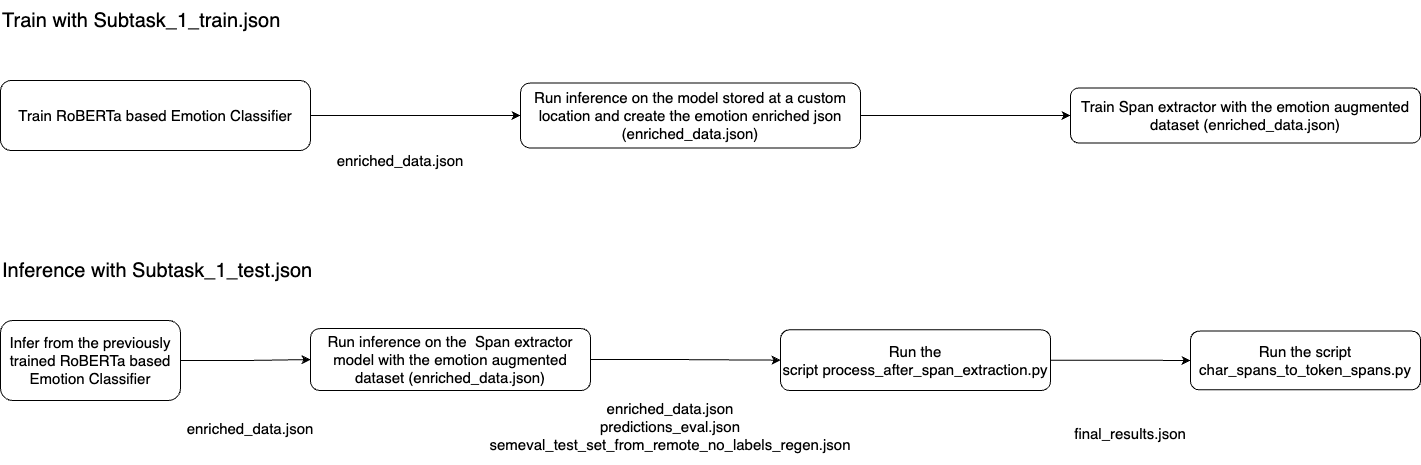
sharadchandakacherla/MultiModalEmotionCauseAnalysis keeps this draw.io diagram as submission/flow_diagram.png. Above is the earlier version. Source tidied: cells renumbered, new cells last; positions are measured from the earlier drawing's top-left corner, leaving out a move shared by most shapes.
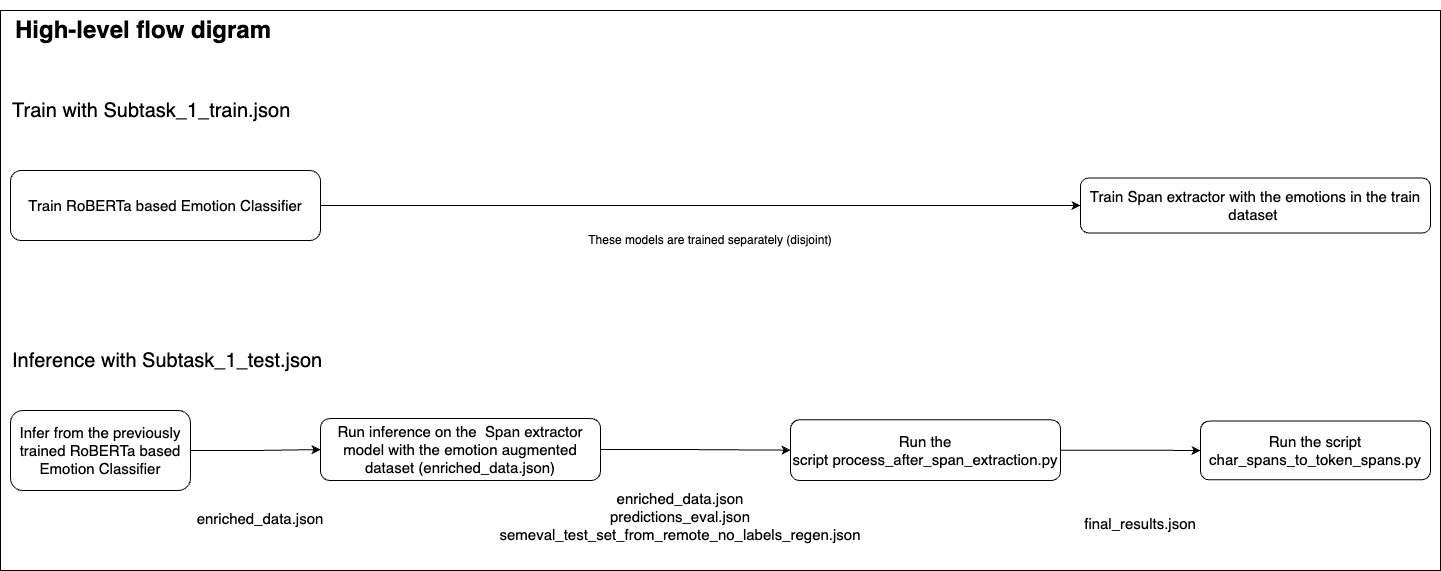
Above is the later version.

Commit message:
flow diagram corrected

The edit, as a diff of the source:
```diff
@@ -2,19 +2,13 @@
   <root>
     <mxCell id="0" />
     <mxCell id="1" parent="0" />
-    <mxCell id="2" style="edgeStyle=orthogonalEdgeStyle;rounded=0;jettySize=auto;html=1;exitX=1;exitY=0.5;exitDx=0;exitDy=0;entryX=0;entryY=0.5;entryDx=0;entryDy=0;" parent="1" edge="1" source="3" target="5">
+    <mxCell id="2" style="edgeStyle=orthogonalEdgeStyle;rounded=0;jettySize=auto;html=1;exitX=1;exitY=0.5;exitDx=0;exitDy=0;entryX=0;entryY=0.5;entryDx=0;entryDy=0;" parent="1" edge="1" source="3" target="6">
       <mxGeometry relative="1" as="geometry" />
     </mxCell>
     <mxCell id="3" value="&lt;font style=&quot;font-size: 15px;&quot;&gt;Train RoBERTa based Emotion Classifier&lt;/font&gt;" style="rounded=1;whiteSpace=wrap;html=1;fontSize=12;glass=0;strokeWidth=1;shadow=0;" parent="1" vertex="1">
       <mxGeometry y="80" width="310" height="70" as="geometry" />
     </mxCell>
-    <mxCell id="4" style="edgeStyle=orthogonalEdgeStyle;rounded=0;jettySize=auto;html=1;entryX=0;entryY=0.5;entryDx=0;entryDy=0;" parent="1" edge="1" source="5" target="6">
-      <mxGeometry relative="1" as="geometry" />
-    </mxCell>
-    <mxCell id="5" value="&lt;font style=&quot;font-size: 15px;&quot;&gt;Run inference on the model stored at a custom location and create the emotion enriched json (enriched_data.json)&lt;/font&gt;" style="rounded=1;whiteSpace=wrap;html=1;fontSize=12;glass=0;strokeWidth=1;shadow=0;" parent="1" vertex="1">
-      <mxGeometry x="520" y="82.5" width="340" height="65" as="geometry" />
-    </mxCell>
-    <mxCell id="6" value="&lt;font style=&quot;font-size: 15px;&quot;&gt;Train Span extractor with the emotion augmented dataset (enriched_data.json)&lt;/font&gt;" style="rounded=1;whiteSpace=wrap;html=1;fontSize=12;glass=0;strokeWidth=1;shadow=0;" parent="1" vertex="1">
+    <mxCell id="6" value="&lt;font style=&quot;font-size: 15px;&quot;&gt;Train Span extractor with the emotions in the train dataset&amp;nbsp;&lt;/font&gt;" style="rounded=1;whiteSpace=wrap;html=1;fontSize=12;glass=0;strokeWidth=1;shadow=0;" parent="1" vertex="1">
       <mxGeometry x="1070" y="87.5" width="350" height="55" as="geometry" />
     </mxCell>
     <mxCell id="7" style="edgeStyle=orthogonalEdgeStyle;rounded=0;jettySize=auto;html=1;exitX=1;exitY=0.5;exitDx=0;exitDy=0;entryX=0;entryY=0.5;entryDx=0;entryDy=0;" parent="1" edge="1" source="8" target="10">
@@ -38,9 +32,6 @@
     <mxCell id="13" value="Inference with Subtask_1_test.json" style="text;html=1;strokeColor=none;fillColor=none;align=left;verticalAlign=middle;whiteSpace=wrap;rounded=0;fontSize=20;" parent="1" vertex="1">
       <mxGeometry y="250" width="350" height="40" as="geometry" />
     </mxCell>
-    <mxCell id="14" value="&lt;font style=&quot;font-size: 15px;&quot;&gt;enriched_data.json&lt;/font&gt;" style="text;html=1;strokeColor=none;fillColor=none;align=center;verticalAlign=middle;whiteSpace=wrap;rounded=0;" parent="1" vertex="1">
-      <mxGeometry x="370" y="130" width="60" height="60" as="geometry" />
-    </mxCell>
     <mxCell id="15" value="&lt;font style=&quot;font-size: 15px;&quot;&gt;enriched_data.json&lt;/font&gt;" style="text;html=1;strokeColor=none;fillColor=none;align=center;verticalAlign=middle;whiteSpace=wrap;rounded=0;" parent="1" vertex="1">
       <mxGeometry x="220" y="397.5" width="60" height="60" as="geometry" />
     </mxCell>
@@ -56,5 +47,14 @@
     <mxCell id="19" value="Train with Subtask_1_train.json" style="text;html=1;strokeColor=none;fillColor=none;align=left;verticalAlign=middle;whiteSpace=wrap;rounded=0;fontSize=20;" parent="1" vertex="1">
       <mxGeometry width="350" height="40" as="geometry" />
     </mxCell>
+    <mxCell id="20" value="These models are trained separately (disjoint)" style="text;html=1;strokeColor=none;fillColor=none;align=center;verticalAlign=middle;whiteSpace=wrap;rounded=0;" parent="1" vertex="1">
+      <mxGeometry x="570" y="130" width="260" height="40" as="geometry" />
+    </mxCell>
+    <mxCell id="21" value="&lt;h1&gt;High-level flow digram&lt;/h1&gt;&lt;p&gt;&lt;br&gt;&lt;/p&gt;" style="text;html=1;strokeColor=none;fillColor=none;spacing=5;spacingTop=-20;whiteSpace=wrap;overflow=hidden;rounded=0;" parent="1" vertex="1">
+      <mxGeometry y="-80" width="270" height="40" as="geometry" />
+    </mxCell>
+    <mxCell id="22" style="rounded=0;whiteSpace=wrap;html=1;fillColor=none;" parent="1" vertex="1">
+      <mxGeometry x="-10" y="-80" width="1440" height="560" as="geometry" />
+    </mxCell>
   </root>
 </mxGraphModel>
```
